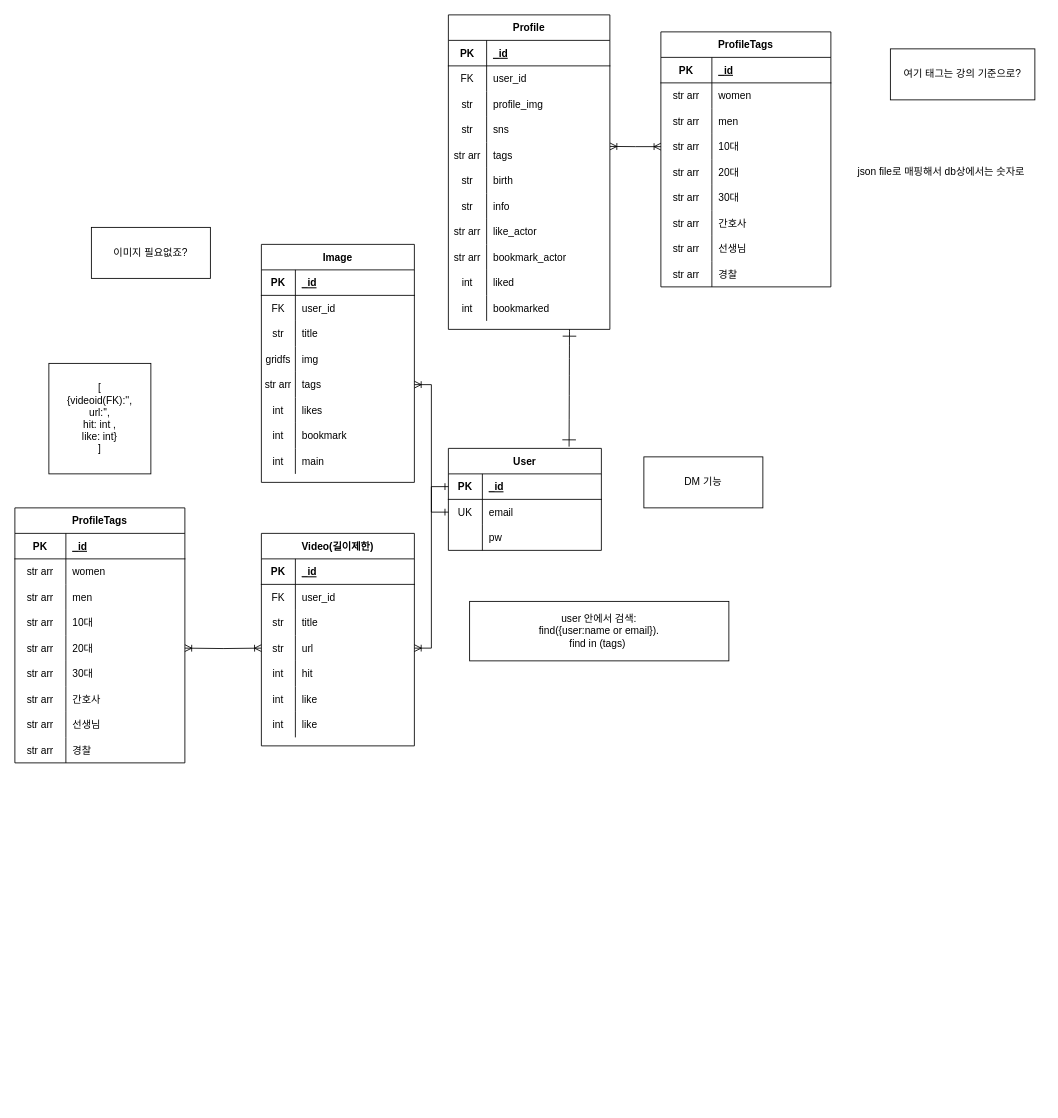
The draw.io diagram cast2.drawio in wookyoon/cast, before the edit. Source tidied: cells renumbered, new cells numbered last; positions are measured from the earlier drawing's top-left corner, leaving out a move shared by most shapes. Both pictures are drawn from the tidied source at 85%, with x=0, y=0 at pixel (14, 14).
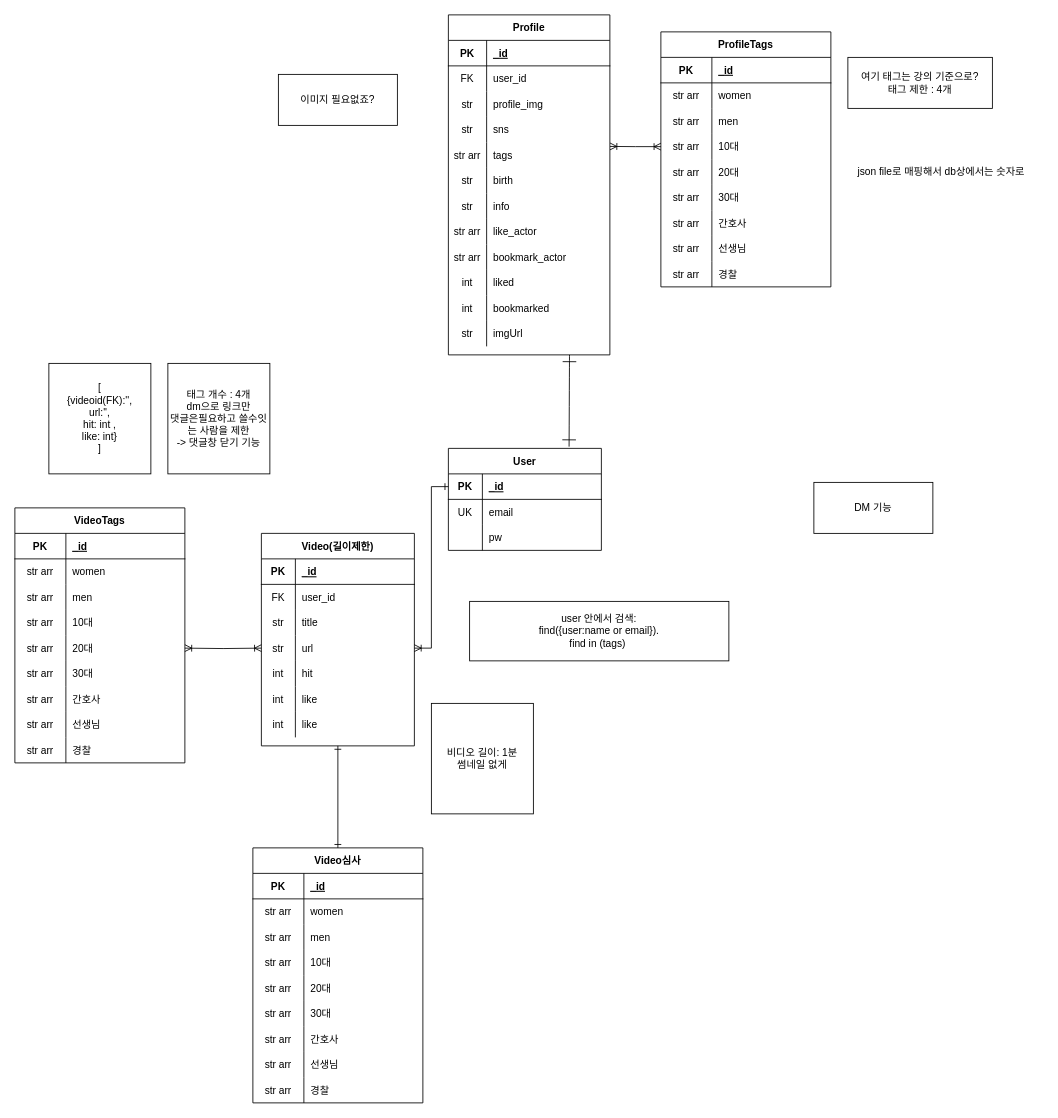
The same diagram, later.

Unchanged cells that the change refers to:
```xml
<mxCell id="6" style="shape=tableRow;horizontal=0;startSize=0;swimlaneHead=0;swimlaneBody=0;fillColor=none;points=[[0,0.5],[1,0.5]];portConstraint=eastwest;top=0;left=0;right=0;bottom=0;hachureGap=4;" parent="2" vertex="1">
  <mxGeometry y="60" width="180" height="30" as="geometry" />
</mxCell>
<mxCell id="47" value="Video(길이제한)" style="shape=table;startSize=30;childLayout=tableLayout;rowLines=0;fontStyle=1;align=center;hachureGap=4;" parent="1" vertex="1">
  <mxGeometry x="290" y="610" width="180" height="250" as="geometry" />
</mxCell>
```

Change to the diagram source:
```diff
@@
     <mxCell id="13" value="Profile" style="shape=table;startSize=30;childLayout=tableLayout;rowLines=0;fontStyle=1;align=center;hachureGap=4;" parent="1" vertex="1">
-      <mxGeometry x="510" width="190" height="370" as="geometry" />
+      <mxGeometry x="510" width="190" height="400" as="geometry" />
     </mxCell>
@@
+    <mxCell id="160" style="shape=tableRow;horizontal=0;startSize=0;swimlaneHead=0;swimlaneBody=0;fillColor=none;top=0;left=0;right=0;bottom=0;hachureGap=4;" parent="13" vertex="1">
+      <mxGeometry y="360" width="190" height="30" as="geometry" />
+    </mxCell>
+    <mxCell id="77" value="str" style="shape=partialRectangle;fillColor=none;top=0;left=0;bottom=0;right=0;overflow=hidden;hachureGap=4;" parent="160" vertex="1">
+      <mxGeometry width="45" height="30" as="geometry" />
+    </mxCell>
+    <mxCell id="161" value="imgUrl" style="shape=partialRectangle;fillColor=none;top=0;left=0;bottom=0;right=0;align=left;spacingLeft=6;overflow=hidden;hachureGap=4;" parent="160" vertex="1">
+      <mxGeometry x="45" width="145" height="30" as="geometry" />
+    </mxCell>
+    <mxCell id="162" style="edgeStyle=orthogonalEdgeStyle;rounded=0;jettySize=auto;html=1;exitX=0.5;exitY=1;exitDx=0;exitDy=0;startArrow=ERone;startFill=0;endArrow=ERone;endFill=0;" parent="1" edge="1" source="47" target="165">
+      <mxGeometry relative="1" as="geometry" />
+    </mxCell>
@@
-    <mxCell id="69" value="Image" style="shape=table;startSize=30;childLayout=tableLayout;rowLines=0;fontStyle=1;align=center;hachureGap=4;" parent="1" vertex="1">
-      <mxGeometry x="290" y="270" width="180" height="280" as="geometry" />
-    </mxCell>
-    <mxCell id="70" style="shape=tableRow;horizontal=0;startSize=0;swimlaneHead=0;swimlaneBody=0;fillColor=none;top=0;left=0;right=0;bottom=1;hachureGap=4;" parent="69" vertex="1">
-      <mxGeometry y="30" width="180" height="30" as="geometry" />
-    </mxCell>
-    <mxCell id="71" value="PK" style="shape=partialRectangle;fillColor=none;top=0;left=0;bottom=0;right=0;fontStyle=1;overflow=hidden;hachureGap=4;" parent="70" vertex="1">
-      <mxGeometry width="40" height="30" as="geometry" />
-    </mxCell>
-    <mxCell id="72" value="_id" style="shape=partialRectangle;fillColor=none;top=0;left=0;bottom=0;right=0;align=left;spacingLeft=6;fontStyle=5;overflow=hidden;hachureGap=4;" parent="70" vertex="1">
-      <mxGeometry x="40" width="140" height="30" as="geometry" />
-    </mxCell>
-    <mxCell id="73" style="shape=tableRow;horizontal=0;startSize=0;swimlaneHead=0;swimlaneBody=0;fillColor=none;top=0;left=0;right=0;bottom=0;hachureGap=4;" parent="69" vertex="1">
-      <mxGeometry y="60" width="180" height="30" as="geometry" />
-    </mxCell>
-    <mxCell id="74" value="FK" style="shape=partialRectangle;fillColor=none;top=0;left=0;bottom=0;right=0;overflow=hidden;hachureGap=4;" parent="73" vertex="1">
-      <mxGeometry width="40" height="30" as="geometry" />
-    </mxCell>
-    <mxCell id="75" value="user_id" style="shape=partialRectangle;fillColor=none;top=0;left=0;bottom=0;right=0;align=left;spacingLeft=6;overflow=hidden;hachureGap=4;" parent="73" vertex="1">
-      <mxGeometry x="40" width="140" height="30" as="geometry" />
-    </mxCell>
-    <mxCell id="76" style="shape=tableRow;horizontal=0;startSize=0;swimlaneHead=0;swimlaneBody=0;fillColor=none;top=0;left=0;right=0;bottom=0;hachureGap=4;" parent="69" vertex="1">
-      <mxGeometry y="90" width="180" height="30" as="geometry" />
-    </mxCell>
-    <mxCell id="77" value="str" style="shape=partialRectangle;fillColor=none;top=0;left=0;bottom=0;right=0;overflow=hidden;hachureGap=4;" parent="76" vertex="1">
-      <mxGeometry width="40" height="30" as="geometry" />
-    </mxCell>
-    <mxCell id="78" value="title" style="shape=partialRectangle;fillColor=none;top=0;left=0;bottom=0;right=0;align=left;spacingLeft=6;overflow=hidden;hachureGap=4;" parent="76" vertex="1">
-      <mxGeometry x="40" width="140" height="30" as="geometry" />
-    </mxCell>
-    <mxCell id="79" style="shape=tableRow;horizontal=0;startSize=0;swimlaneHead=0;swimlaneBody=0;fillColor=none;top=0;left=0;right=0;bottom=0;hachureGap=4;" parent="69" vertex="1">
-      <mxGeometry y="120" width="180" height="30" as="geometry" />
-    </mxCell>
-    <mxCell id="80" value="gridfs" style="shape=partialRectangle;fillColor=none;top=0;left=0;bottom=0;right=0;overflow=hidden;hachureGap=4;" parent="79" vertex="1">
-      <mxGeometry width="40" height="30" as="geometry" />
-    </mxCell>
-    <mxCell id="81" value="img" style="shape=partialRectangle;fillColor=none;top=0;left=0;bottom=0;right=0;align=left;spacingLeft=6;overflow=hidden;hachureGap=4;" parent="79" vertex="1">
-      <mxGeometry x="40" width="140" height="30" as="geometry" />
-    </mxCell>
-    <mxCell id="82" style="shape=tableRow;horizontal=0;startSize=0;swimlaneHead=0;swimlaneBody=0;fillColor=none;points=[[0,0.5],[1,0.5]];portConstraint=eastwest;top=0;left=0;right=0;bottom=0;hachureGap=4;" parent="69" vertex="1">
-      <mxGeometry y="150" width="180" height="30" as="geometry" />
-    </mxCell>
-    <mxCell id="83" value="str arr" style="shape=partialRectangle;fillColor=none;top=0;left=0;bottom=0;right=0;overflow=hidden;hachureGap=4;" parent="82" vertex="1">
-      <mxGeometry width="40" height="30" as="geometry" />
-    </mxCell>
-    <mxCell id="84" value="tags" style="shape=partialRectangle;fillColor=none;top=0;left=0;bottom=0;right=0;align=left;spacingLeft=6;overflow=hidden;hachureGap=4;" parent="82" vertex="1">
-      <mxGeometry x="40" width="140" height="30" as="geometry" />
-    </mxCell>
-    <mxCell id="85" style="shape=tableRow;horizontal=0;startSize=0;swimlaneHead=0;swimlaneBody=0;fillColor=none;top=0;left=0;right=0;bottom=0;hachureGap=4;" parent="69" vertex="1">
-      <mxGeometry y="180" width="180" height="30" as="geometry" />
-    </mxCell>
-    <mxCell id="86" value="int" style="shape=partialRectangle;fillColor=none;top=0;left=0;bottom=0;right=0;overflow=hidden;hachureGap=4;" parent="85" vertex="1">
-      <mxGeometry width="40" height="30" as="geometry" />
-    </mxCell>
-    <mxCell id="87" value="likes" style="shape=partialRectangle;fillColor=none;top=0;left=0;bottom=0;right=0;align=left;spacingLeft=6;overflow=hidden;hachureGap=4;" parent="85" vertex="1">
-      <mxGeometry x="40" width="140" height="30" as="geometry" />
-    </mxCell>
-    <mxCell id="88" style="shape=tableRow;horizontal=0;startSize=0;swimlaneHead=0;swimlaneBody=0;fillColor=none;top=0;left=0;right=0;bottom=0;hachureGap=4;" parent="69" vertex="1">
-      <mxGeometry y="210" width="180" height="30" as="geometry" />
-    </mxCell>
-    <mxCell id="89" value="int" style="shape=partialRectangle;fillColor=none;top=0;left=0;bottom=0;right=0;overflow=hidden;hachureGap=4;" parent="88" vertex="1">
-      <mxGeometry width="40" height="30" as="geometry" />
-    </mxCell>
-    <mxCell id="90" value="bookmark" style="shape=partialRectangle;fillColor=none;top=0;left=0;bottom=0;right=0;align=left;spacingLeft=6;overflow=hidden;hachureGap=4;" parent="88" vertex="1">
-      <mxGeometry x="40" width="140" height="30" as="geometry" />
-    </mxCell>
-    <mxCell id="91" style="shape=tableRow;horizontal=0;startSize=0;swimlaneHead=0;swimlaneBody=0;fillColor=none;top=0;left=0;right=0;bottom=0;hachureGap=4;" parent="69" vertex="1">
-      <mxGeometry y="240" width="180" height="30" as="geometry" />
-    </mxCell>
-    <mxCell id="92" value="int" style="shape=partialRectangle;fillColor=none;top=0;left=0;bottom=0;right=0;overflow=hidden;hachureGap=4;" parent="91" vertex="1">
-      <mxGeometry width="40" height="30" as="geometry" />
-    </mxCell>
-    <mxCell id="93" value="main" style="shape=partialRectangle;fillColor=none;top=0;left=0;bottom=0;right=0;align=left;spacingLeft=6;overflow=hidden;hachureGap=4;" parent="91" vertex="1">
-      <mxGeometry x="40" width="140" height="30" as="geometry" />
-    </mxCell>
-    <mxCell id="94" style="edgeStyle=orthogonalEdgeStyle;rounded=0;jettySize=auto;html=1;exitX=0;exitY=0.5;exitDx=0;exitDy=0;entryX=1;entryY=0.5;entryDx=0;entryDy=0;startArrow=ERone;startFill=0;endArrow=ERoneToMany;endFill=0;" parent="1" edge="1" source="6" target="82">
-      <mxGeometry relative="1" as="geometry" />
-    </mxCell>
@@
     <mxCell id="127" value="이미지 필요없죠?" style="rounded=0;whiteSpace=wrap;html=1;" parent="1" vertex="1">
-      <mxGeometry x="90" y="250" width="140" height="60" as="geometry" />
+      <mxGeometry x="310" y="70" width="140" height="60" as="geometry" />
     </mxCell>
-    <mxCell id="128" value="ProfileTags" style="shape=table;startSize=30;childLayout=tableLayout;rowLines=0;fontStyle=1;align=center;hachureGap=4;" parent="1" vertex="1">
+    <mxCell id="128" value="VideoTags" style="shape=table;startSize=30;childLayout=tableLayout;rowLines=0;fontStyle=1;align=center;hachureGap=4;" parent="1" vertex="1">
       <mxGeometry y="580" width="200" height="300" as="geometry" />
     </mxCell>
@@
     <mxCell id="157" value="DM 기능" style="rounded=0;whiteSpace=wrap;html=1;" parent="1" vertex="1">
-      <mxGeometry x="740" y="520" width="140" height="60" as="geometry" />
+      <mxGeometry x="940" y="550" width="140" height="60" as="geometry" />
     </mxCell>
@@
-    <mxCell id="159" value="여기 태그는 강의 기준으로?" style="rounded=0;whiteSpace=wrap;html=1;" parent="1" vertex="1">
-      <mxGeometry x="1030" y="40" width="170" height="60" as="geometry" />
+    <mxCell id="159" value="여기 태그는 강의 기준으로?&lt;br&gt;태그 제한 : 4개" style="rounded=0;whiteSpace=wrap;html=1;" parent="1" vertex="1">
+      <mxGeometry x="980" y="50" width="170" height="60" as="geometry" />
     </mxCell>
+    <mxCell id="163" value="태그 개수 : 4개&lt;br&gt;dm으로 링크만&lt;br&gt;댓글은필요하고 쓸수잇는 사람을 제한&lt;br&gt;-&amp;gt; 댓글창 닫기 기능" style="rounded=0;whiteSpace=wrap;html=1;" parent="1" vertex="1">
+      <mxGeometry x="180" y="410" width="120" height="130" as="geometry" />
+    </mxCell>
+    <mxCell id="164" value="비디오 길이: 1분&lt;br&gt;썸네일 없게" style="rounded=0;whiteSpace=wrap;html=1;" parent="1" vertex="1">
+      <mxGeometry x="490" y="810" width="120" height="130" as="geometry" />
+    </mxCell>
+    <mxCell id="165" value="Video심사" style="shape=table;startSize=30;childLayout=tableLayout;rowLines=0;fontStyle=1;align=center;hachureGap=4;" parent="1" vertex="1">
+      <mxGeometry x="280" y="980" width="200" height="300" as="geometry" />
+    </mxCell>
+    <mxCell id="166" style="shape=tableRow;horizontal=0;startSize=0;swimlaneHead=0;swimlaneBody=0;fillColor=none;top=0;left=0;right=0;bottom=1;hachureGap=4;" parent="165" vertex="1">
+      <mxGeometry y="30" width="200" height="30" as="geometry" />
+    </mxCell>
+    <mxCell id="71" value="PK" style="shape=partialRectangle;fillColor=none;top=0;left=0;bottom=0;right=0;fontStyle=1;overflow=hidden;hachureGap=4;" parent="166" vertex="1">
+      <mxGeometry width="60" height="30" as="geometry" />
+    </mxCell>
+    <mxCell id="72" value="_id" style="shape=partialRectangle;fillColor=none;top=0;left=0;bottom=0;right=0;align=left;spacingLeft=6;fontStyle=5;overflow=hidden;hachureGap=4;" parent="166" vertex="1">
+      <mxGeometry x="60" width="140" height="30" as="geometry" />
+    </mxCell>
+    <mxCell id="167" style="shape=tableRow;horizontal=0;startSize=0;swimlaneHead=0;swimlaneBody=0;fillColor=none;top=0;left=0;right=0;bottom=0;hachureGap=4;" parent="165" vertex="1">
+      <mxGeometry y="60" width="200" height="30" as="geometry" />
+    </mxCell>
+    <mxCell id="168" value="str arr" style="shape=partialRectangle;fillColor=none;top=0;left=0;bottom=0;right=0;overflow=hidden;hachureGap=4;" parent="167" vertex="1">
+      <mxGeometry width="60" height="30" as="geometry" />
+    </mxCell>
+    <mxCell id="169" value="women" style="shape=partialRectangle;fillColor=none;top=0;left=0;bottom=0;right=0;align=left;spacingLeft=6;overflow=hidden;hachureGap=4;" parent="167" vertex="1">
+      <mxGeometry x="60" width="140" height="30" as="geometry" />
+    </mxCell>
+    <mxCell id="170" style="shape=tableRow;horizontal=0;startSize=0;swimlaneHead=0;swimlaneBody=0;fillColor=none;top=0;left=0;right=0;bottom=0;hachureGap=4;" parent="165" vertex="1">
+      <mxGeometry y="90" width="200" height="30" as="geometry" />
+    </mxCell>
+    <mxCell id="171" value="str arr" style="shape=partialRectangle;fillColor=none;top=0;left=0;bottom=0;right=0;overflow=hidden;hachureGap=4;" parent="170" vertex="1">
+      <mxGeometry width="60" height="30" as="geometry" />
+    </mxCell>
+    <mxCell id="172" value="men" style="shape=partialRectangle;fillColor=none;top=0;left=0;bottom=0;right=0;align=left;spacingLeft=6;overflow=hidden;hachureGap=4;" parent="170" vertex="1">
+      <mxGeometry x="60" width="140" height="30" as="geometry" />
+    </mxCell>
+    <mxCell id="173" style="shape=tableRow;horizontal=0;startSize=0;swimlaneHead=0;swimlaneBody=0;fillColor=none;top=0;left=0;right=0;bottom=0;hachureGap=4;" parent="165" vertex="1">
+      <mxGeometry y="120" width="200" height="30" as="geometry" />
+    </mxCell>
+    <mxCell id="174" value="str arr" style="shape=partialRectangle;fillColor=none;top=0;left=0;bottom=0;right=0;overflow=hidden;hachureGap=4;" parent="173" vertex="1">
+      <mxGeometry width="60" height="30" as="geometry" />
+    </mxCell>
+    <mxCell id="175" value="10대" style="shape=partialRectangle;fillColor=none;top=0;left=0;bottom=0;right=0;align=left;spacingLeft=6;overflow=hidden;hachureGap=4;" parent="173" vertex="1">
+      <mxGeometry x="60" width="140" height="30" as="geometry" />
+    </mxCell>
+    <mxCell id="176" style="shape=tableRow;horizontal=0;startSize=0;swimlaneHead=0;swimlaneBody=0;fillColor=none;top=0;left=0;right=0;bottom=0;hachureGap=4;" parent="165" vertex="1">
+      <mxGeometry y="150" width="200" height="30" as="geometry" />
+    </mxCell>
+    <mxCell id="177" value="str arr" style="shape=partialRectangle;fillColor=none;top=0;left=0;bottom=0;right=0;overflow=hidden;hachureGap=4;" parent="176" vertex="1">
+      <mxGeometry width="60" height="30" as="geometry" />
+    </mxCell>
+    <mxCell id="178" value="20대" style="shape=partialRectangle;fillColor=none;top=0;left=0;bottom=0;right=0;align=left;spacingLeft=6;overflow=hidden;hachureGap=4;" parent="176" vertex="1">
+      <mxGeometry x="60" width="140" height="30" as="geometry" />
+    </mxCell>
+    <mxCell id="179" style="shape=tableRow;horizontal=0;startSize=0;swimlaneHead=0;swimlaneBody=0;fillColor=none;top=0;left=0;right=0;bottom=0;hachureGap=4;" parent="165" vertex="1">
+      <mxGeometry y="180" width="200" height="30" as="geometry" />
+    </mxCell>
+    <mxCell id="180" value="str arr" style="shape=partialRectangle;fillColor=none;top=0;left=0;bottom=0;right=0;overflow=hidden;hachureGap=4;" parent="179" vertex="1">
+      <mxGeometry width="60" height="30" as="geometry" />
+    </mxCell>
+    <mxCell id="181" value="30대" style="shape=partialRectangle;fillColor=none;top=0;left=0;bottom=0;right=0;align=left;spacingLeft=6;overflow=hidden;hachureGap=4;" parent="179" vertex="1">
+      <mxGeometry x="60" width="140" height="30" as="geometry" />
+    </mxCell>
+    <mxCell id="182" style="shape=tableRow;horizontal=0;startSize=0;swimlaneHead=0;swimlaneBody=0;fillColor=none;top=0;left=0;right=0;bottom=0;hachureGap=4;" parent="165" vertex="1">
+      <mxGeometry y="210" width="200" height="30" as="geometry" />
+    </mxCell>
+    <mxCell id="183" value="str arr" style="shape=partialRectangle;fillColor=none;top=0;left=0;bottom=0;right=0;overflow=hidden;hachureGap=4;" parent="182" vertex="1">
+      <mxGeometry width="60" height="30" as="geometry" />
+    </mxCell>
+    <mxCell id="184" value="간호사" style="shape=partialRectangle;fillColor=none;top=0;left=0;bottom=0;right=0;align=left;spacingLeft=6;overflow=hidden;hachureGap=4;" parent="182" vertex="1">
+      <mxGeometry x="60" width="140" height="30" as="geometry" />
+    </mxCell>
+    <mxCell id="185" style="shape=tableRow;horizontal=0;startSize=0;swimlaneHead=0;swimlaneBody=0;fillColor=none;top=0;left=0;right=0;bottom=0;hachureGap=4;" parent="165" vertex="1">
+      <mxGeometry y="240" width="200" height="30" as="geometry" />
+    </mxCell>
+    <mxCell id="186" value="str arr" style="shape=partialRectangle;fillColor=none;top=0;left=0;bottom=0;right=0;overflow=hidden;hachureGap=4;" parent="185" vertex="1">
+      <mxGeometry width="60" height="30" as="geometry" />
+    </mxCell>
+    <mxCell id="187" value="선생님" style="shape=partialRectangle;fillColor=none;top=0;left=0;bottom=0;right=0;align=left;spacingLeft=6;overflow=hidden;hachureGap=4;" parent="185" vertex="1">
+      <mxGeometry x="60" width="140" height="30" as="geometry" />
+    </mxCell>
+    <mxCell id="188" style="shape=tableRow;horizontal=0;startSize=0;swimlaneHead=0;swimlaneBody=0;fillColor=none;top=0;left=0;right=0;bottom=0;hachureGap=4;" parent="165" vertex="1">
+      <mxGeometry y="270" width="200" height="30" as="geometry" />
+    </mxCell>
+    <mxCell id="189" value="str arr" style="shape=partialRectangle;fillColor=none;top=0;left=0;bottom=0;right=0;overflow=hidden;hachureGap=4;" parent="188" vertex="1">
+      <mxGeometry width="60" height="30" as="geometry" />
+    </mxCell>
+    <mxCell id="190" value="경찰" style="shape=partialRectangle;fillColor=none;top=0;left=0;bottom=0;right=0;align=left;spacingLeft=6;overflow=hidden;hachureGap=4;" parent="188" vertex="1">
+      <mxGeometry x="60" width="140" height="30" as="geometry" />
+    </mxCell>
```
